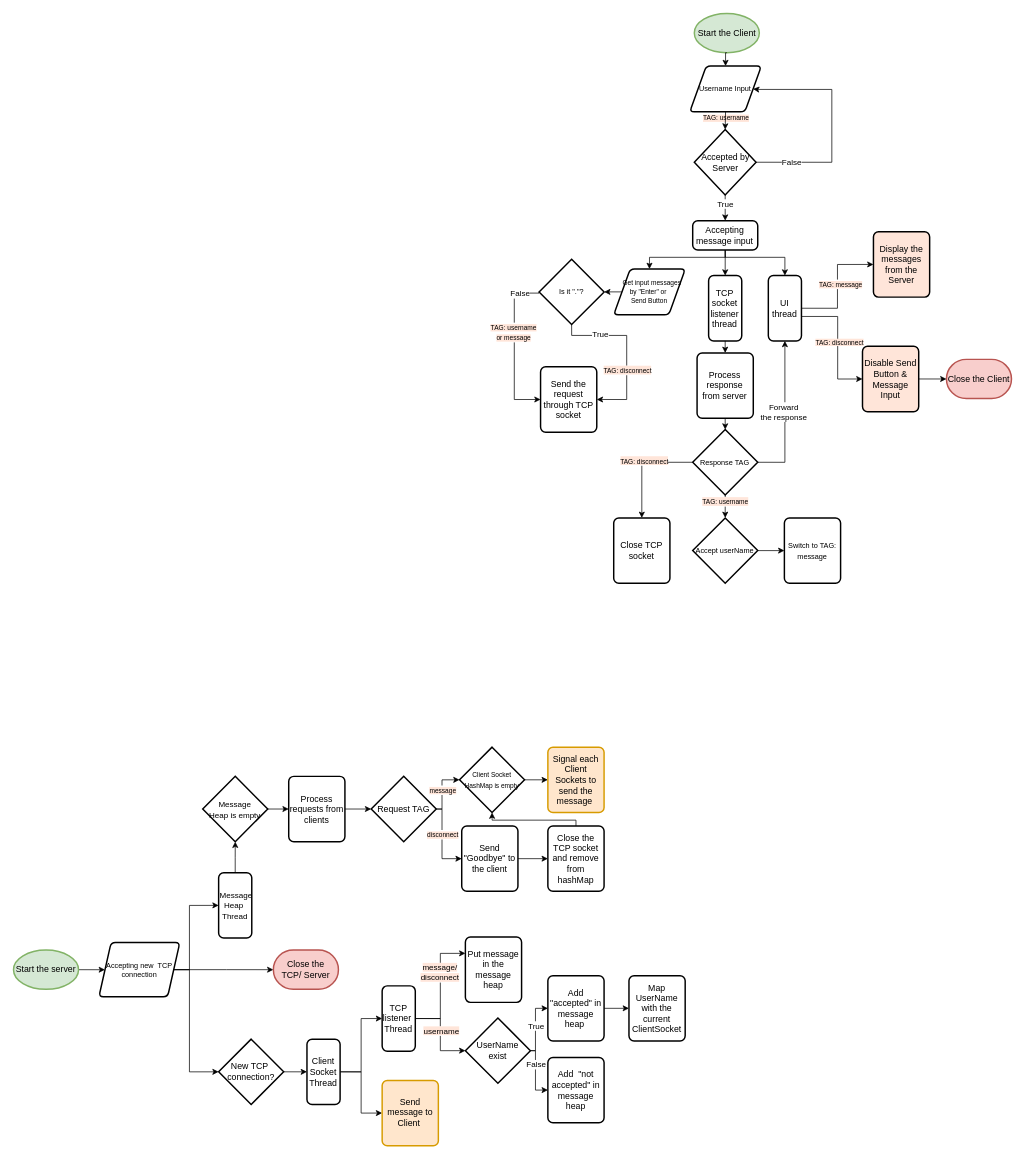
dexternguyen56/cs3800-group keeps this draw.io diagram as flowchart.drawio. Above is the earlier version. Source tidied: cells renumbered, new cells numbered last; positions are measured from the earlier drawing's top-left corner, leaving out a move shared by most shapes. Both pictures are drawn from the tidied source at 73%, with x=0, y=0 at pixel (13, 13).
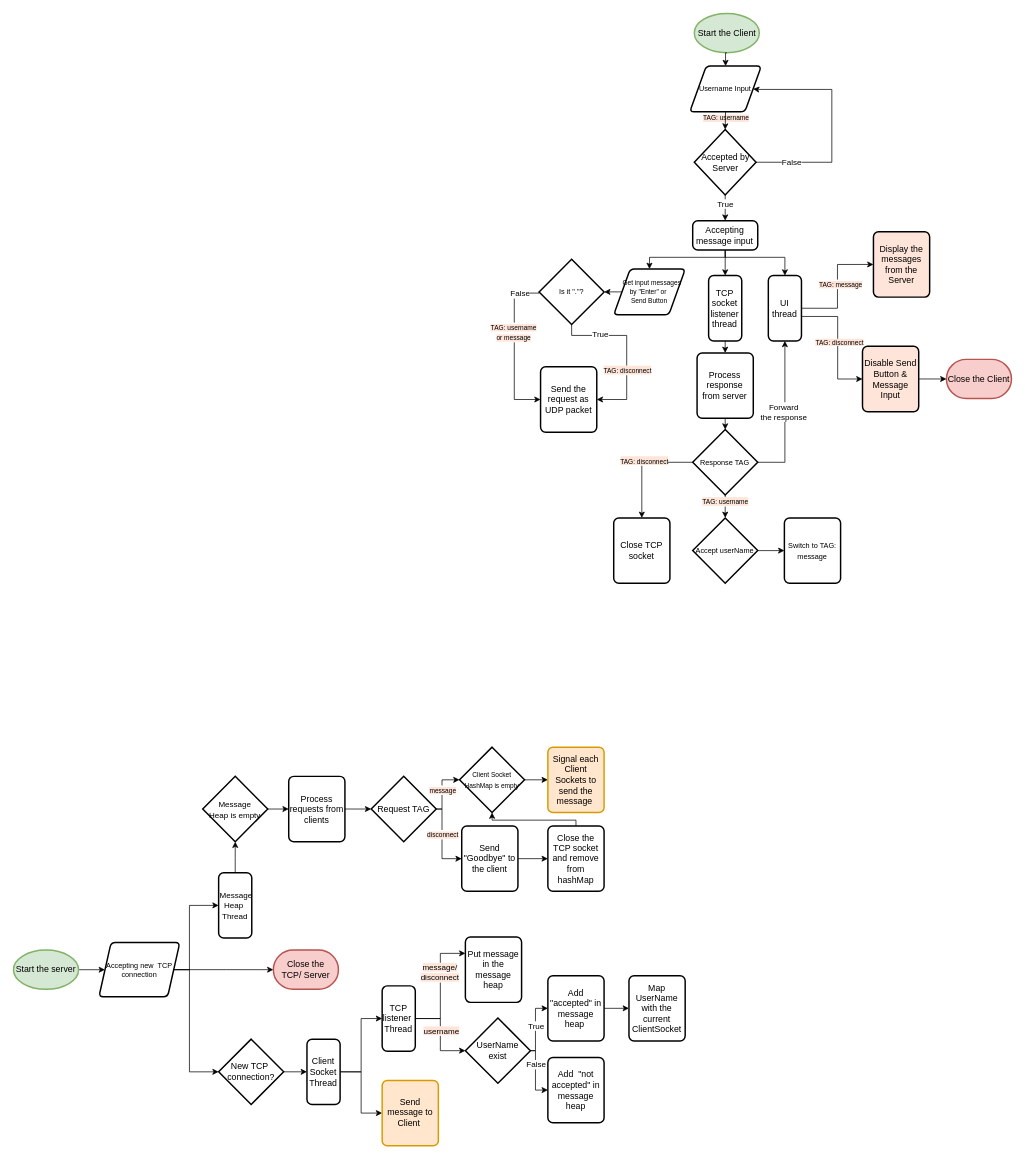
After the change.

The change refers to these unchanged cells:
```xml
<mxCell id="48" style="group;" parent="1" vertex="1">
  <mxGeometry x="686" width="681.1" height="780.5" as="geometry" />
</mxCell>
```

The edit, as a diff of the source:
```diff
@@
-    <mxCell id="61" value="Send the request through TCP socket" style="rounded=1;whiteSpace=wrap;html=1;absoluteArcSize=1;arcSize=14;strokeWidth=2;" parent="48" vertex="1">
+    <mxCell id="61" value="Send the request as UDP packet" style="rounded=1;whiteSpace=wrap;html=1;absoluteArcSize=1;arcSize=14;strokeWidth=2;" parent="48" vertex="1">
       <mxGeometry x="36" y="484" width="77" height="89.5" as="geometry" />
     </mxCell>
```
